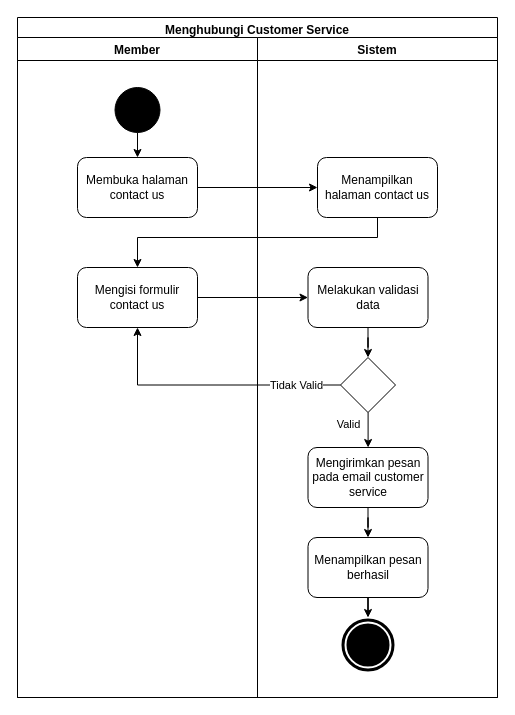
The draw.io diagram Diagram/Activity Diagram/2. contact qnaire.drawio in techie-jhs/thesis, before the edit. Source tidied: cells renumbered, new cells numbered last; positions are measured from the earlier drawing's top-left corner, leaving out a move shared by most shapes. Both pictures are drawn from the tidied source at 100%, with x=0, y=0 at pixel (17, 17).
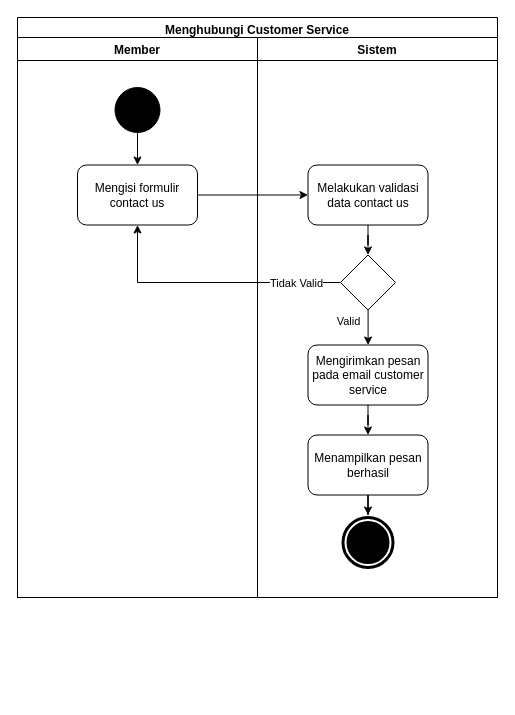
Above is the later version.

Unchanged cells that the change refers to:
```xml
<mxCell id="5" style="ellipse;whiteSpace=wrap;html=1;fillColor=#000000;" parent="3" vertex="1">
  <mxGeometry x="97.5" y="50" width="45" height="45" as="geometry" />
</mxCell>
```

What changed in the source:
```diff
@@
     <mxCell id="2" value="Menghubungi Customer Service" style="swimlane;fillColor=none;" parent="1" vertex="1">
-      <mxGeometry width="480" height="680" as="geometry" />
+      <mxGeometry width="480" height="580" as="geometry" />
     </mxCell>
     <mxCell id="3" value="Member" style="swimlane;startSize=23;" parent="2" vertex="1">
-      <mxGeometry y="20" width="240" height="660" as="geometry" />
+      <mxGeometry y="20" width="240" height="560" as="geometry" />
     </mxCell>
-    <mxCell id="4" style="edgeStyle=orthogonalEdgeStyle;rounded=0;jettySize=auto;html=1;" parent="3" edge="1" source="5" target="6">
-      <mxGeometry relative="1" as="geometry" />
-    </mxCell>
+    <mxCell id="24" style="edgeStyle=orthogonalEdgeStyle;rounded=0;jettySize=auto;html=1;" parent="3" edge="1" source="5" target="10">
+      <mxGeometry relative="1" as="geometry" />
+    </mxCell>
@@
-    <mxCell id="6" value="Membuka halaman contact us" style="rounded=1;whiteSpace=wrap;html=1;fillColor=none;" parent="3" vertex="1">
-      <mxGeometry x="60" y="120" width="120" height="60" as="geometry" />
-    </mxCell>
-    <mxCell id="7" value="Sistem" style="swimlane;" parent="2" vertex="1">
-      <mxGeometry x="240" y="20" width="240" height="660" as="geometry" />
-    </mxCell>
-    <mxCell id="8" style="edgeStyle=orthogonalEdgeStyle;rounded=0;jettySize=auto;html=1;" parent="7" edge="1" source="9" target="10">
-      <mxGeometry relative="1" as="geometry">
-        <Array as="points">
-          <mxPoint x="120" y="200" />
-          <mxPoint x="-120" y="200" />
-        </Array>
-      </mxGeometry>
-    </mxCell>
-    <mxCell id="9" value="Menampilkan halaman contact us" style="rounded=1;whiteSpace=wrap;html=1;fillColor=none;" parent="7" vertex="1">
-      <mxGeometry x="60" y="120" width="120" height="60" as="geometry" />
-    </mxCell>
-    <mxCell id="10" value="&lt;span&gt;Mengisi formulir contact us&lt;/span&gt;" style="rounded=1;whiteSpace=wrap;html=1;fillColor=none;" parent="7" vertex="1">
-      <mxGeometry x="-180" y="230" width="120" height="60" as="geometry" />
+    <mxCell id="10" value="&lt;span&gt;Mengisi formulir contact us&lt;/span&gt;" style="rounded=1;whiteSpace=wrap;html=1;fillColor=none;" parent="3" vertex="1">
+      <mxGeometry x="60" y="127.5" width="120" height="60" as="geometry" />
     </mxCell>
-    <mxCell id="11" value="Melakukan validasi data" style="rounded=1;whiteSpace=wrap;html=1;fillColor=none;" parent="7" vertex="1">
-      <mxGeometry x="50.5" y="230" width="120" height="60" as="geometry" />
+    <mxCell id="11" value="Melakukan validasi data contact us" style="rounded=1;whiteSpace=wrap;html=1;fillColor=none;" parent="3" vertex="1">
+      <mxGeometry x="290.5" y="127.5" width="120" height="60" as="geometry" />
     </mxCell>
-    <mxCell id="12" value="Valid" style="edgeStyle=orthogonalEdgeStyle;rounded=0;orthogonalLoop=1;jettySize=auto;html=1;" parent="7" edge="1">
+    <mxCell id="12" value="Valid" style="edgeStyle=orthogonalEdgeStyle;rounded=0;orthogonalLoop=1;jettySize=auto;html=1;" parent="3" edge="1">
       <mxGeometry x="-0.33" y="-20" relative="1" as="geometry">
-        <mxPoint x="110.6" y="374.9" as="sourcePoint" />
-        <mxPoint x="110.6" y="410" as="targetPoint" />
+        <mxPoint x="350.6" y="272.4" as="sourcePoint" />
+        <mxPoint x="350.6" y="307.5" as="targetPoint" />
       </mxGeometry>
     </mxCell>
-    <mxCell id="13" style="rhombus;whiteSpace=wrap;html=1;fillColor=none;" parent="7" vertex="1">
-      <mxGeometry x="83" y="320" width="55" height="55" as="geometry" />
+    <mxCell id="13" style="rhombus;whiteSpace=wrap;html=1;fillColor=none;" parent="3" vertex="1">
+      <mxGeometry x="323" y="217.5" width="55" height="55" as="geometry" />
     </mxCell>
-    <mxCell id="14" style="edgeStyle=orthogonalEdgeStyle;rounded=0;jettySize=auto;html=1;" parent="7" edge="1" source="15" target="21">
-      <mxGeometry relative="1" as="geometry" />
-    </mxCell>
-    <mxCell id="15" value="Mengirimkan pesan pada email customer service" style="rounded=1;whiteSpace=wrap;html=1;fillColor=none;" parent="7" vertex="1">
-      <mxGeometry x="50.5" y="410" width="120" height="60" as="geometry" />
+    <mxCell id="15" value="Mengirimkan pesan pada email customer service" style="rounded=1;whiteSpace=wrap;html=1;fillColor=none;" parent="3" vertex="1">
+      <mxGeometry x="290.5" y="307.5" width="120" height="60" as="geometry" />
     </mxCell>
-    <mxCell id="16" style="edgeStyle=orthogonalEdgeStyle;rounded=0;jettySize=auto;html=1;exitX=0;exitY=0.5;exitDx=0;exitDy=0;entryX=0.5;entryY=1;entryDx=0;entryDy=0;" parent="7" edge="1" source="13" target="10">
+    <mxCell id="16" style="edgeStyle=orthogonalEdgeStyle;rounded=0;jettySize=auto;html=1;exitX=0;exitY=0.5;exitDx=0;exitDy=0;entryX=0.5;entryY=1;entryDx=0;entryDy=0;" parent="3" edge="1" source="13" target="10">
       <mxGeometry relative="1" as="geometry" />
     </mxCell>
@@
-    <mxCell id="18" style="edgeStyle=orthogonalEdgeStyle;rounded=0;jettySize=auto;html=1;" parent="7" edge="1" source="11" target="13">
+    <mxCell id="18" style="edgeStyle=orthogonalEdgeStyle;rounded=0;jettySize=auto;html=1;" parent="3" edge="1" source="11" target="13">
       <mxGeometry relative="1" as="geometry" />
     </mxCell>
-    <mxCell id="19" style="edgeStyle=orthogonalEdgeStyle;rounded=0;jettySize=auto;html=1;entryX=0;entryY=0.5;entryDx=0;entryDy=0;" parent="7" edge="1" source="10" target="11">
+    <mxCell id="19" style="edgeStyle=orthogonalEdgeStyle;rounded=0;jettySize=auto;html=1;entryX=0;entryY=0.5;entryDx=0;entryDy=0;" parent="3" edge="1" source="10" target="11">
       <mxGeometry relative="1" as="geometry" />
     </mxCell>
+    <mxCell id="21" value="Menampilkan pesan berhasil" style="rounded=1;whiteSpace=wrap;html=1;fillColor=none;" parent="3" vertex="1">
+      <mxGeometry x="290.5" y="397.5" width="120" height="60" as="geometry" />
+    </mxCell>
+    <mxCell id="14" style="edgeStyle=orthogonalEdgeStyle;rounded=0;jettySize=auto;html=1;" parent="3" edge="1" source="15" target="21">
+      <mxGeometry relative="1" as="geometry" />
+    </mxCell>
+    <mxCell id="22" style="ellipse;shape=doubleEllipse;whiteSpace=wrap;html=1;fillColor=#000000;strokeColor=#FFFFFF;strokeWidth=2;" parent="3" vertex="1">
+      <mxGeometry x="323" y="477.5" width="55" height="55" as="geometry" />
+    </mxCell>
-    <mxCell id="20" style="edgeStyle=orthogonalEdgeStyle;rounded=0;jettySize=auto;html=1;" parent="7" edge="1" source="21" target="22">
+    <mxCell id="20" style="edgeStyle=orthogonalEdgeStyle;rounded=0;jettySize=auto;html=1;" parent="3" edge="1" source="21" target="22">
       <mxGeometry relative="1" as="geometry" />
     </mxCell>
-    <mxCell id="21" value="Menampilkan pesan berhasil" style="rounded=1;whiteSpace=wrap;html=1;fillColor=none;" parent="7" vertex="1">
-      <mxGeometry x="50.5" y="500" width="120" height="60" as="geometry" />
-    </mxCell>
-    <mxCell id="22" style="ellipse;shape=doubleEllipse;whiteSpace=wrap;html=1;fillColor=#000000;strokeColor=#FFFFFF;strokeWidth=2;" parent="7" vertex="1">
-      <mxGeometry x="83" y="580" width="55" height="55" as="geometry" />
-    </mxCell>
-    <mxCell id="23" style="edgeStyle=orthogonalEdgeStyle;rounded=0;jettySize=auto;html=1;" parent="2" edge="1" source="6" target="9">
-      <mxGeometry relative="1" as="geometry" />
-    </mxCell>
+    <mxCell id="7" value="Sistem" style="swimlane;" parent="2" vertex="1">
+      <mxGeometry x="240" y="20" width="240" height="560" as="geometry" />
+    </mxCell>
```
